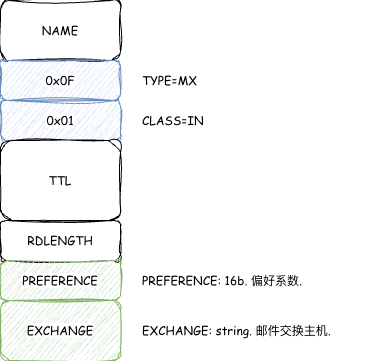
Above: source/_posts/DNSScheme/mx.png in theo1893/theo1893.github.io (draw.io), before the change. Source tidied: cells renumbered, new cells last; positions are measured from the earlier drawing's top-left corner, leaving out a move shared by most shapes. Its diagram source:
```xml
<mxGraphModel>
  <root>
    <mxCell id="0" />
    <mxCell id="1" parent="0" />
    <mxCell id="2" value="NAME" style="rounded=1;whiteSpace=wrap;html=1;sketch=1;jiggle=2;curveFitting=1;strokeColor=default;align=center;verticalAlign=middle;fontFamily=Comic Sans MS;fontSize=12;fontColor=default;labelBackgroundColor=default;fillColor=default;" parent="1" vertex="1">
      <mxGeometry width="120" height="60" as="geometry" />
    </mxCell>
    <mxCell id="3" value="0x0F" style="rounded=1;whiteSpace=wrap;html=1;sketch=1;jiggle=2;curveFitting=1;strokeColor=#6c8ebf;align=center;verticalAlign=middle;fontFamily=Comic Sans MS;fontSize=12;labelBackgroundColor=default;fillColor=#dae8fc;" parent="1" vertex="1">
      <mxGeometry y="60" width="120" height="40" as="geometry" />
    </mxCell>
    <mxCell id="4" value="0x01" style="rounded=1;whiteSpace=wrap;html=1;sketch=1;jiggle=2;curveFitting=1;strokeColor=#6c8ebf;align=center;verticalAlign=middle;fontFamily=Comic Sans MS;fontSize=12;labelBackgroundColor=default;fillColor=#dae8fc;" parent="1" vertex="1">
      <mxGeometry y="100" width="120" height="40" as="geometry" />
    </mxCell>
    <mxCell id="5" value="TTL" style="rounded=1;whiteSpace=wrap;html=1;sketch=1;jiggle=2;curveFitting=1;strokeColor=default;align=center;verticalAlign=middle;fontFamily=Comic Sans MS;fontSize=12;fontColor=default;labelBackgroundColor=default;fillColor=default;" parent="1" vertex="1">
      <mxGeometry y="140" width="120" height="80" as="geometry" />
    </mxCell>
    <mxCell id="6" value="RDLENGTH" style="rounded=1;whiteSpace=wrap;html=1;sketch=1;jiggle=2;curveFitting=1;strokeColor=default;align=center;verticalAlign=middle;fontFamily=Comic Sans MS;fontSize=12;fontColor=default;labelBackgroundColor=default;fillColor=default;" parent="1" vertex="1">
      <mxGeometry y="220" width="120" height="40" as="geometry" />
    </mxCell>
    <mxCell id="7" value="EXCHANGE" style="rounded=1;whiteSpace=wrap;html=1;sketch=1;jiggle=2;curveFitting=1;strokeColor=#82b366;align=center;verticalAlign=middle;fontFamily=Comic Sans MS;fontSize=12;labelBackgroundColor=default;fillColor=#d5e8d4;" parent="1" vertex="1">
      <mxGeometry y="300" width="120" height="60" as="geometry" />
    </mxCell>
    <mxCell id="8" value="EXCHANGE: string. 邮件交换主机." style="text;html=1;whiteSpace=wrap;strokeColor=none;fillColor=none;align=left;verticalAlign=middle;rounded=0;fontFamily=Comic Sans MS;fontSize=12;fontColor=default;labelBackgroundColor=default;" parent="1" vertex="1">
      <mxGeometry x="140" y="315" width="230" height="30" as="geometry" />
    </mxCell>
    <mxCell id="9" value="CLASS=IN" style="text;html=1;whiteSpace=wrap;strokeColor=none;fillColor=none;align=left;verticalAlign=middle;rounded=0;fontFamily=Comic Sans MS;fontSize=12;fontColor=default;labelBackgroundColor=default;" parent="1" vertex="1">
      <mxGeometry x="140" y="105" width="230" height="30" as="geometry" />
    </mxCell>
    <mxCell id="10" value="TYPE=MX" style="text;html=1;whiteSpace=wrap;strokeColor=none;fillColor=none;align=left;verticalAlign=middle;rounded=0;fontFamily=Comic Sans MS;fontSize=12;fontColor=default;labelBackgroundColor=default;" parent="1" vertex="1">
      <mxGeometry x="140" y="65" width="230" height="30" as="geometry" />
    </mxCell>
    <mxCell id="11" value="PREFERENCE" style="rounded=1;whiteSpace=wrap;html=1;sketch=1;jiggle=2;curveFitting=1;strokeColor=#82b366;align=center;verticalAlign=middle;fontFamily=Comic Sans MS;fontSize=12;labelBackgroundColor=default;fillColor=#d5e8d4;" parent="1" vertex="1">
      <mxGeometry y="260" width="120" height="40" as="geometry" />
    </mxCell>
    <mxCell id="12" value="PREFERENCE: 16b. 偏好系数." style="text;html=1;whiteSpace=wrap;strokeColor=none;fillColor=none;align=left;verticalAlign=middle;rounded=0;fontFamily=Comic Sans MS;fontSize=12;fontColor=default;labelBackgroundColor=default;" parent="1" vertex="1">
      <mxGeometry x="140" y="265" width="230" height="30" as="geometry" />
    </mxCell>
  </root>
</mxGraphModel>
```
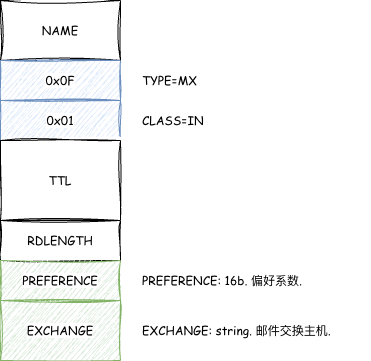
After the change.

Diff of the diagram source:
```diff
@@ -2,22 +2,22 @@
   <root>
     <mxCell id="0" />
     <mxCell id="1" parent="0" />
-    <mxCell id="2" value="NAME" style="rounded=1;whiteSpace=wrap;html=1;sketch=1;jiggle=2;curveFitting=1;strokeColor=default;align=center;verticalAlign=middle;fontFamily=Comic Sans MS;fontSize=12;fontColor=default;labelBackgroundColor=default;fillColor=default;" parent="1" vertex="1">
+    <mxCell id="2" value="NAME" style="rounded=0;whiteSpace=wrap;html=1;sketch=1;jiggle=2;curveFitting=1;strokeColor=default;align=center;verticalAlign=middle;fontFamily=Comic Sans MS;fontSize=12;fontColor=default;labelBackgroundColor=default;fillColor=default;" parent="1" vertex="1">
       <mxGeometry width="120" height="60" as="geometry" />
     </mxCell>
-    <mxCell id="3" value="0x0F" style="rounded=1;whiteSpace=wrap;html=1;sketch=1;jiggle=2;curveFitting=1;strokeColor=#6c8ebf;align=center;verticalAlign=middle;fontFamily=Comic Sans MS;fontSize=12;labelBackgroundColor=default;fillColor=#dae8fc;" parent="1" vertex="1">
+    <mxCell id="3" value="0x0F" style="rounded=0;whiteSpace=wrap;html=1;sketch=1;jiggle=2;curveFitting=1;strokeColor=#6c8ebf;align=center;verticalAlign=middle;fontFamily=Comic Sans MS;fontSize=12;labelBackgroundColor=default;fillColor=#dae8fc;" parent="1" vertex="1">
       <mxGeometry y="60" width="120" height="40" as="geometry" />
     </mxCell>
-    <mxCell id="4" value="0x01" style="rounded=1;whiteSpace=wrap;html=1;sketch=1;jiggle=2;curveFitting=1;strokeColor=#6c8ebf;align=center;verticalAlign=middle;fontFamily=Comic Sans MS;fontSize=12;labelBackgroundColor=default;fillColor=#dae8fc;" parent="1" vertex="1">
+    <mxCell id="4" value="0x01" style="rounded=0;whiteSpace=wrap;html=1;sketch=1;jiggle=2;curveFitting=1;strokeColor=#6c8ebf;align=center;verticalAlign=middle;fontFamily=Comic Sans MS;fontSize=12;labelBackgroundColor=default;fillColor=#dae8fc;" parent="1" vertex="1">
       <mxGeometry y="100" width="120" height="40" as="geometry" />
     </mxCell>
-    <mxCell id="5" value="TTL" style="rounded=1;whiteSpace=wrap;html=1;sketch=1;jiggle=2;curveFitting=1;strokeColor=default;align=center;verticalAlign=middle;fontFamily=Comic Sans MS;fontSize=12;fontColor=default;labelBackgroundColor=default;fillColor=default;" parent="1" vertex="1">
+    <mxCell id="5" value="TTL" style="rounded=0;whiteSpace=wrap;html=1;sketch=1;jiggle=2;curveFitting=1;strokeColor=default;align=center;verticalAlign=middle;fontFamily=Comic Sans MS;fontSize=12;fontColor=default;labelBackgroundColor=default;fillColor=default;" parent="1" vertex="1">
       <mxGeometry y="140" width="120" height="80" as="geometry" />
     </mxCell>
-    <mxCell id="6" value="RDLENGTH" style="rounded=1;whiteSpace=wrap;html=1;sketch=1;jiggle=2;curveFitting=1;strokeColor=default;align=center;verticalAlign=middle;fontFamily=Comic Sans MS;fontSize=12;fontColor=default;labelBackgroundColor=default;fillColor=default;" parent="1" vertex="1">
+    <mxCell id="6" value="RDLENGTH" style="rounded=0;whiteSpace=wrap;html=1;sketch=1;jiggle=2;curveFitting=1;strokeColor=default;align=center;verticalAlign=middle;fontFamily=Comic Sans MS;fontSize=12;fontColor=default;labelBackgroundColor=default;fillColor=default;" parent="1" vertex="1">
       <mxGeometry y="220" width="120" height="40" as="geometry" />
     </mxCell>
-    <mxCell id="7" value="EXCHANGE" style="rounded=1;whiteSpace=wrap;html=1;sketch=1;jiggle=2;curveFitting=1;strokeColor=#82b366;align=center;verticalAlign=middle;fontFamily=Comic Sans MS;fontSize=12;labelBackgroundColor=default;fillColor=#d5e8d4;" parent="1" vertex="1">
+    <mxCell id="7" value="EXCHANGE" style="rounded=0;whiteSpace=wrap;html=1;sketch=1;jiggle=2;curveFitting=1;strokeColor=#82b366;align=center;verticalAlign=middle;fontFamily=Comic Sans MS;fontSize=12;labelBackgroundColor=default;fillColor=#d5e8d4;" parent="1" vertex="1">
       <mxGeometry y="300" width="120" height="60" as="geometry" />
     </mxCell>
     <mxCell id="8" value="EXCHANGE: string. 邮件交换主机." style="text;html=1;whiteSpace=wrap;strokeColor=none;fillColor=none;align=left;verticalAlign=middle;rounded=0;fontFamily=Comic Sans MS;fontSize=12;fontColor=default;labelBackgroundColor=default;" parent="1" vertex="1">
@@ -29,7 +29,7 @@
     <mxCell id="10" value="TYPE=MX" style="text;html=1;whiteSpace=wrap;strokeColor=none;fillColor=none;align=left;verticalAlign=middle;rounded=0;fontFamily=Comic Sans MS;fontSize=12;fontColor=default;labelBackgroundColor=default;" parent="1" vertex="1">
       <mxGeometry x="140" y="65" width="230" height="30" as="geometry" />
     </mxCell>
-    <mxCell id="11" value="PREFERENCE" style="rounded=1;whiteSpace=wrap;html=1;sketch=1;jiggle=2;curveFitting=1;strokeColor=#82b366;align=center;verticalAlign=middle;fontFamily=Comic Sans MS;fontSize=12;labelBackgroundColor=default;fillColor=#d5e8d4;" parent="1" vertex="1">
+    <mxCell id="11" value="PREFERENCE" style="rounded=0;whiteSpace=wrap;html=1;sketch=1;jiggle=2;curveFitting=1;strokeColor=#82b366;align=center;verticalAlign=middle;fontFamily=Comic Sans MS;fontSize=12;labelBackgroundColor=default;fillColor=#d5e8d4;" parent="1" vertex="1">
       <mxGeometry y="260" width="120" height="40" as="geometry" />
     </mxCell>
     <mxCell id="12" value="PREFERENCE: 16b. 偏好系数." style="text;html=1;whiteSpace=wrap;strokeColor=none;fillColor=none;align=left;verticalAlign=middle;rounded=0;fontFamily=Comic Sans MS;fontSize=12;fontColor=default;labelBackgroundColor=default;" parent="1" vertex="1">
```
